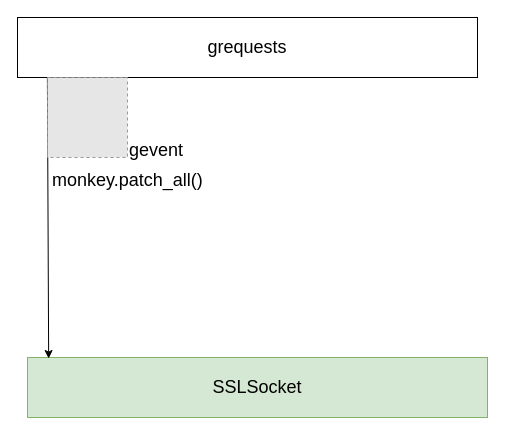
Earlier version of the draw.io diagram decks/grequests-https-talk/images/double-monkey-patching-2.drawio (saurabh-hirani/slides). Source tidied: cells renumbered, new cells numbered last; positions are measured from the earlier drawing's top-left corner, leaving out a move shared by most shapes. Both pictures are drawn from the tidied source at 100%, with x=0, y=0 at pixel (17, 17). Pictures stored in the file or linked from it are replaced by grey dashed boxes.
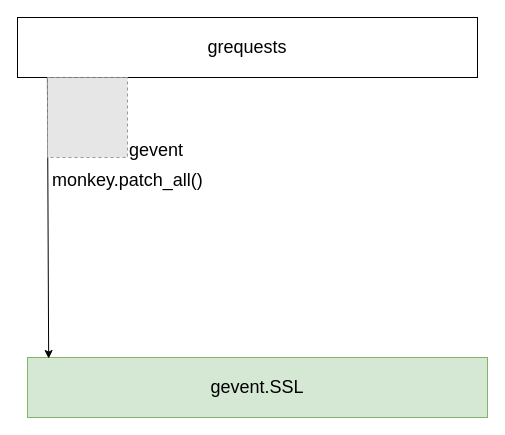
The same diagram, later.

Diff of the diagram source:
```diff
@@
 <mxGraphModel>
   <root>
     <mxCell id="0" />
     <mxCell id="1" parent="0" />
     <mxCell id="2" value="&lt;font style=&quot;font-size: 18px&quot;&gt;grequests&lt;/font&gt;" style="rounded=0;whiteSpace=wrap;html=1;" parent="1" vertex="1">
       <mxGeometry width="460" height="60" as="geometry" />
     </mxCell>
-    <mxCell id="3" value="&lt;font style=&quot;font-size: 18px&quot;&gt;SSLSocket&lt;/font&gt;" style="rounded=0;whiteSpace=wrap;html=1;fillColor=#d5e8d4;strokeColor=#82b366;" parent="1" vertex="1">
+    <mxCell id="3" value="&lt;font style=&quot;font-size: 18px&quot;&gt;gevent.SSL&lt;/font&gt;" style="rounded=0;whiteSpace=wrap;html=1;fillColor=#d5e8d4;strokeColor=#82b366;" parent="1" vertex="1">
       <mxGeometry x="10" y="340" width="460" height="60" as="geometry" />
     </mxCell>
     <mxCell id="4" style="endArrow=classic;html=1;exitX=0.065;exitY=1;exitDx=0;exitDy=0;exitPerimeter=0;entryX=0.046;entryY=0.017;entryDx=0;entryDy=0;entryPerimeter=0;" parent="1" edge="1" source="2" target="3">
       <mxGeometry relative="1" as="geometry" />
     </mxCell>
     <mxCell id="5" style="fillColor=#E6E6E6;strokeColor=#999999;dashed=1;verticalLabelPosition=bottom;labelBackgroundColor=#ffffff;verticalAlign=top;" parent="1" vertex="1">
       <mxGeometry x="30" y="60" width="80" height="80" as="geometry" />
     </mxCell>
     <mxCell id="6" value="&lt;font style=&quot;font-size: 18px&quot;&gt;gevent&lt;br&gt;&lt;br&gt;&lt;/font&gt;" style="text;html=1;align=left;verticalAlign=top;spacingTop=-4;" parent="1" vertex="1">
       <mxGeometry x="110" y="120" width="70" height="30" as="geometry" />
     </mxCell>
     <mxCell id="7" value="&lt;font style=&quot;font-size: 18px&quot;&gt;monkey.patch_all()&lt;/font&gt;" style="text;html=1;align=left;verticalAlign=top;spacingTop=-4;" parent="1" vertex="1">
       <mxGeometry x="33" y="150" width="170" height="20" as="geometry" />
     </mxCell>
   </root>
 </mxGraphModel>
```
